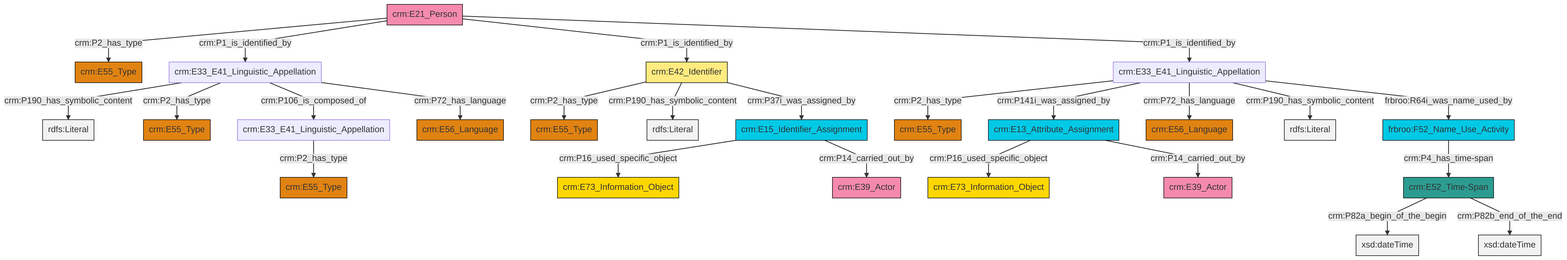
This is et/personCSV/ttl/mmd/png/Person_Names_and_Classification.png from swiss-art-research-net/docs.swissartresearch, a Mermaid export, as it was before one commit. Its source is kept beside it as et/personCSV/ttl/mmd/Person_Names_and_Classification.ttl.mmd.
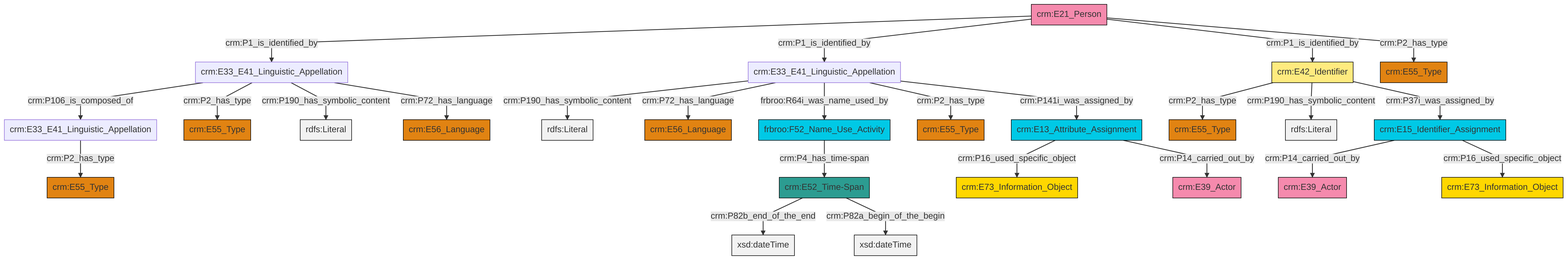
Later version of the same file.

The edit, as a diff of the source:
```diff
@@ -13,27 +13,27 @@
 classDef PC_Classes fill:#4ce600, stroke:#000000;
 classDef Multi fill:#cccccc,stroke:#000000;
 
-2["crm:E42_Identifier"]:::Appellation -->|crm:P2_has_type| 3["crm:E55_Type"]:::Type
-8["crm:E33_E41_Linguistic_Appellation"]:::Default -->|crm:P190_has_symbolic_content| 9[rdfs:Literal]:::Literal
-12["crm:E13_Attribute_Assignment"]:::Temporal_Entity -->|crm:P16_used_specific_object| 13["crm:E73_Information_Object"]:::Conceptual_Object
-2["crm:E42_Identifier"]:::Appellation -->|crm:P190_has_symbolic_content| 16[rdfs:Literal]:::Literal
-12["crm:E13_Attribute_Assignment"]:::Temporal_Entity -->|crm:P14_carried_out_by| 0["crm:E39_Actor"]:::Actor
-17["crm:E52_Time-Span"]:::Time-Span -->|crm:P82a_begin_of_the_begin| 18[xsd:dateTime]:::Literal
-19["crm:E33_E41_Linguistic_Appellation"]:::Default -->|crm:P2_has_type| 20["crm:E55_Type"]:::Type
-19["crm:E33_E41_Linguistic_Appellation"]:::Default -->|crm:P141i_was_assigned_by| 12["crm:E13_Attribute_Assignment"]:::Temporal_Entity
-19["crm:E33_E41_Linguistic_Appellation"]:::Default -->|crm:P72_has_language| 4["crm:E56_Language"]:::Type
-8["crm:E33_E41_Linguistic_Appellation"]:::Default -->|crm:P2_has_type| 6["crm:E55_Type"]:::Type
-10["crm:E21_Person"]:::Actor -->|crm:P2_has_type| 14["crm:E55_Type"]:::Type
-19["crm:E33_E41_Linguistic_Appellation"]:::Default -->|crm:P190_has_symbolic_content| 27[rdfs:Literal]:::Literal
-8["crm:E33_E41_Linguistic_Appellation"]:::Default -->|crm:P106_is_composed_of| 21["crm:E33_E41_Linguistic_Appellation"]:::Default
-8["crm:E33_E41_Linguistic_Appellation"]:::Default -->|crm:P72_has_language| 24["crm:E56_Language"]:::Type
-10["crm:E21_Person"]:::Actor -->|crm:P1_is_identified_by| 8["crm:E33_E41_Linguistic_Appellation"]:::Default
-10["crm:E21_Person"]:::Actor -->|crm:P1_is_identified_by| 2["crm:E42_Identifier"]:::Appellation
-30["frbroo:F52_Name_Use_Activity"]:::Temporal_Entity -->|crm:P4_has_time-span| 17["crm:E52_Time-Span"]:::Time-Span
-21["crm:E33_E41_Linguistic_Appellation"]:::Default -->|crm:P2_has_type| 31["crm:E55_Type"]:::Type
-19["crm:E33_E41_Linguistic_Appellation"]:::Default -->|frbroo:R64i_was_name_used_by| 30["frbroo:F52_Name_Use_Activity"]:::Temporal_Entity
-17["crm:E52_Time-Span"]:::Time-Span -->|crm:P82b_end_of_the_end| 38[xsd:dateTime]:::Literal
-34["crm:E15_Identifier_Assignment"]:::Temporal_Entity -->|crm:P16_used_specific_object| 41["crm:E73_Information_Object"]:::Conceptual_Object
-10["crm:E21_Person"]:::Actor -->|crm:P1_is_identified_by| 19["crm:E33_E41_Linguistic_Appellation"]:::Default
-2["crm:E42_Identifier"]:::Appellation -->|crm:P37i_was_assigned_by| 34["crm:E15_Identifier_Assignment"]:::Temporal_Entity
-34["crm:E15_Identifier_Assignment"]:::Temporal_Entity -->|crm:P14_carried_out_by| 28["crm:E39_Actor"]:::Actor
+0["crm:E15_Identifier_Assignment"]:::Temporal_Entity -->|crm:P14_carried_out_by| 1["crm:E39_Actor"]:::Actor
+3["crm:E33_E41_Linguistic_Appellation"]:::Default -->|crm:P2_has_type| 4["crm:E55_Type"]:::Type
+7["crm:E42_Identifier"]:::Appellation -->|crm:P2_has_type| 8["crm:E55_Type"]:::Type
+5["crm:E52_Time-Span"]:::Time-Span -->|crm:P82b_end_of_the_end| 9[xsd:dateTime]:::Literal
+14["crm:E33_E41_Linguistic_Appellation"]:::Default -->|crm:P190_has_symbolic_content| 15[rdfs:Literal]:::Literal
+14["crm:E33_E41_Linguistic_Appellation"]:::Default -->|crm:P72_has_language| 18["crm:E56_Language"]:::Type
+14["crm:E33_E41_Linguistic_Appellation"]:::Default -->|frbroo:R64i_was_name_used_by| 10["frbroo:F52_Name_Use_Activity"]:::Temporal_Entity
+19["crm:E13_Attribute_Assignment"]:::Temporal_Entity -->|crm:P16_used_specific_object| 16["crm:E73_Information_Object"]:::Conceptual_Object
+22["crm:E21_Person"]:::Actor -->|crm:P1_is_identified_by| 23["crm:E33_E41_Linguistic_Appellation"]:::Default
+23["crm:E33_E41_Linguistic_Appellation"]:::Default -->|crm:P106_is_composed_of| 3["crm:E33_E41_Linguistic_Appellation"]:::Default
+0["crm:E15_Identifier_Assignment"]:::Temporal_Entity -->|crm:P16_used_specific_object| 26["crm:E73_Information_Object"]:::Conceptual_Object
+19["crm:E13_Attribute_Assignment"]:::Temporal_Entity -->|crm:P14_carried_out_by| 28["crm:E39_Actor"]:::Actor
+5["crm:E52_Time-Span"]:::Time-Span -->|crm:P82a_begin_of_the_begin| 29[xsd:dateTime]:::Literal
+14["crm:E33_E41_Linguistic_Appellation"]:::Default -->|crm:P2_has_type| 24["crm:E55_Type"]:::Type
+23["crm:E33_E41_Linguistic_Appellation"]:::Default -->|crm:P2_has_type| 34["crm:E55_Type"]:::Type
+14["crm:E33_E41_Linguistic_Appellation"]:::Default -->|crm:P141i_was_assigned_by| 19["crm:E13_Attribute_Assignment"]:::Temporal_Entity
+23["crm:E33_E41_Linguistic_Appellation"]:::Default -->|crm:P190_has_symbolic_content| 39[rdfs:Literal]:::Literal
+23["crm:E33_E41_Linguistic_Appellation"]:::Default -->|crm:P72_has_language| 40["crm:E56_Language"]:::Type
+22["crm:E21_Person"]:::Actor -->|crm:P1_is_identified_by| 14["crm:E33_E41_Linguistic_Appellation"]:::Default
+7["crm:E42_Identifier"]:::Appellation -->|crm:P190_has_symbolic_content| 41[rdfs:Literal]:::Literal
+10["frbroo:F52_Name_Use_Activity"]:::Temporal_Entity -->|crm:P4_has_time-span| 5["crm:E52_Time-Span"]:::Time-Span
+7["crm:E42_Identifier"]:::Appellation -->|crm:P37i_was_assigned_by| 0["crm:E15_Identifier_Assignment"]:::Temporal_Entity
+22["crm:E21_Person"]:::Actor -->|crm:P1_is_identified_by| 7["crm:E42_Identifier"]:::Appellation
+22["crm:E21_Person"]:::Actor -->|crm:P2_has_type| 12["crm:E55_Type"]:::Type
```
